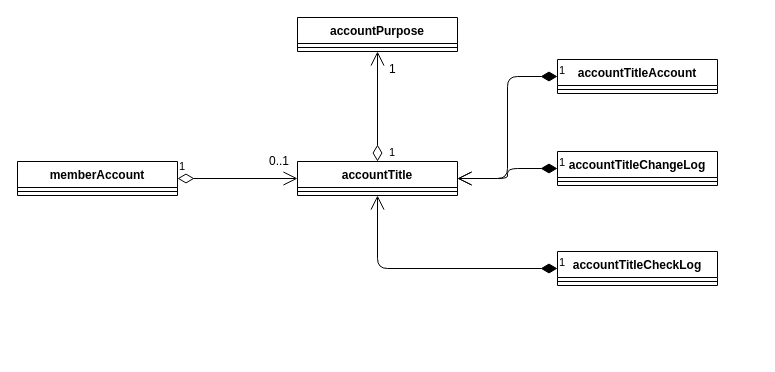
Before: xc-account/design/account/未命名表单.drawio in waterStone528/job, a draw.io diagram. Source tidied: cells renumbered, new cells numbered last; positions are measured from the earlier drawing's top-left corner, leaving out a move shared by most shapes. Both pictures are drawn from the tidied source at 100%, with x=0, y=0 at pixel (17, 17).
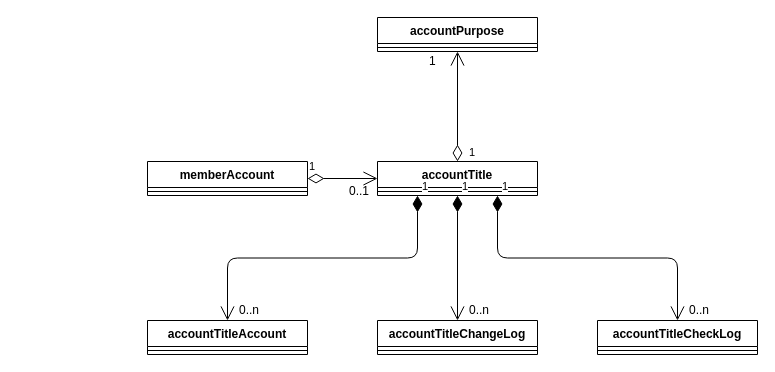
The same diagram, later.

The edit, as a diff of the source:
```diff
@@
-    <mxCell id="2" value="memberAccount" style="swimlane;fontStyle=1;align=center;verticalAlign=top;horizontal=1;startSize=26;" parent="1" vertex="1">
-      <mxGeometry y="144" width="160" height="34" as="geometry" />
-    </mxCell>
-    <mxCell id="3" style="line;strokeWidth=1;fillColor=none;align=left;verticalAlign=middle;spacingTop=-1;spacingLeft=3;spacingRight=3;labelPosition=right;" parent="2" vertex="1">
-      <mxGeometry y="26" width="160" height="8" as="geometry" />
-    </mxCell>
     <mxCell id="4" value="accountTitle&#10;&#10;" style="swimlane;fontStyle=1;align=center;verticalAlign=top;horizontal=1;startSize=26;" parent="1" vertex="1">
-      <mxGeometry x="280" y="144" width="160" height="34" as="geometry" />
+      <mxGeometry x="360" y="144" width="160" height="34" as="geometry" />
     </mxCell>
@@
     <mxCell id="6" value="accountPurpose&#10;" style="swimlane;fontStyle=1;align=center;verticalAlign=top;horizontal=1;startSize=26;" parent="1" vertex="1">
-      <mxGeometry x="280" width="160" height="34" as="geometry" />
+      <mxGeometry x="360" width="160" height="34" as="geometry" />
     </mxCell>
@@
     <mxCell id="8" value="accountTitleAccount&#10;&#10;" style="swimlane;fontStyle=1;align=center;verticalAlign=top;horizontal=1;startSize=26;" parent="1" vertex="1">
-      <mxGeometry x="540" y="42" width="160" height="34" as="geometry" />
+      <mxGeometry x="130" y="303" width="160" height="34" as="geometry" />
     </mxCell>
@@
     <mxCell id="10" value="accountTitleChangeLog&#10;&#10;" style="swimlane;fontStyle=1;align=center;verticalAlign=top;horizontal=1;startSize=26;" parent="1" vertex="1">
-      <mxGeometry x="540" y="134" width="160" height="34" as="geometry" />
+      <mxGeometry x="360" y="303" width="160" height="34" as="geometry" />
     </mxCell>
@@
     <mxCell id="12" value="accountTitleCheckLog&#10;&#10;" style="swimlane;fontStyle=1;align=center;verticalAlign=top;horizontal=1;startSize=26;" parent="1" vertex="1">
-      <mxGeometry x="540" y="234" width="160" height="34" as="geometry" />
+      <mxGeometry x="580" y="303" width="160" height="34" as="geometry" />
     </mxCell>
@@
-    <mxCell id="14" style="group;" parent="1" vertex="1">
-      <mxGeometry x="250" y="134" width="40" height="20" as="geometry" />
-    </mxCell>
-    <mxCell id="15" style="group;" parent="14" vertex="1">
-      <mxGeometry width="40" height="20" as="geometry" />
-    </mxCell>
+    <mxCell id="18" value="1" style="endArrow=open;html=1;endSize=12;startArrow=diamondThin;startSize=14;startFill=0;edgeStyle=orthogonalEdgeStyle;align=left;verticalAlign=bottom;exitX=0.5;exitY=0;exitDx=0;exitDy=0;entryX=0.5;entryY=1;entryDx=0;entryDy=0;" parent="1" edge="1" source="4" target="6">
+      <mxGeometry x="-1" y="-10" relative="1" as="geometry" />
+    </mxCell>
+    <mxCell id="19" value="1" style="text;html=1;align=left;verticalAlign=top;spacingTop=-4;" parent="1" vertex="1">
+      <mxGeometry x="410" y="34" width="20" height="20" as="geometry" />
+    </mxCell>
+    <mxCell id="23" value="1" style="endArrow=open;html=1;endSize=12;startArrow=diamondThin;startSize=14;startFill=1;edgeStyle=orthogonalEdgeStyle;align=left;verticalAlign=bottom;exitX=0.25;exitY=1;exitDx=0;exitDy=0;entryX=0.5;entryY=0;entryDx=0;entryDy=0;" parent="1" edge="1" source="4" target="8">
+      <mxGeometry x="-1" y="3" relative="1" as="geometry" />
+    </mxCell>
+    <mxCell id="24" value="1" style="endArrow=open;html=1;endSize=12;startArrow=diamondThin;startSize=14;startFill=1;edgeStyle=orthogonalEdgeStyle;align=left;verticalAlign=bottom;entryX=0.5;entryY=0;entryDx=0;entryDy=0;exitX=0.5;exitY=1;exitDx=0;exitDy=0;" parent="1" edge="1" source="4" target="10">
+      <mxGeometry x="-1" y="3" relative="1" as="geometry" />
+    </mxCell>
+    <mxCell id="25" value="1" style="endArrow=open;html=1;endSize=12;startArrow=diamondThin;startSize=14;startFill=1;edgeStyle=orthogonalEdgeStyle;align=left;verticalAlign=bottom;exitX=0.75;exitY=1;exitDx=0;exitDy=0;" parent="1" edge="1" source="4" target="12">
+      <mxGeometry x="-1" y="3" relative="1" as="geometry" />
+    </mxCell>
+    <mxCell id="26" value="0..n" style="text;html=1;align=left;verticalAlign=top;spacingTop=-4;" parent="1" vertex="1">
+      <mxGeometry x="220" y="283" width="40" height="20" as="geometry" />
+    </mxCell>
+    <mxCell id="27" value="0..n" style="text;html=1;align=left;verticalAlign=top;spacingTop=-4;" parent="1" vertex="1">
+      <mxGeometry x="450" y="283" width="40" height="20" as="geometry" />
+    </mxCell>
+    <mxCell id="28" value="0..n" style="text;html=1;align=left;verticalAlign=top;spacingTop=-4;" parent="1" vertex="1">
+      <mxGeometry x="670" y="283" width="40" height="20" as="geometry" />
+    </mxCell>
-    <mxCell id="16" value="1" style="endArrow=open;html=1;endSize=12;startArrow=diamondThin;startSize=14;startFill=0;edgeStyle=orthogonalEdgeStyle;align=left;verticalAlign=bottom;exitX=1;exitY=0.5;exitDx=0;exitDy=0;entryX=0;entryY=0.5;entryDx=0;entryDy=0;" parent="15" edge="1" source="2" target="4">
+    <mxCell id="16" value="1" style="endArrow=open;html=1;endSize=12;startArrow=diamondThin;startSize=14;startFill=0;edgeStyle=orthogonalEdgeStyle;align=left;verticalAlign=bottom;exitX=1;exitY=0.5;exitDx=0;exitDy=0;entryX=0;entryY=0.5;entryDx=0;entryDy=0;" parent="1" edge="1" source="2" target="4">
       <mxGeometry x="-1" y="3" relative="1" as="geometry" />
     </mxCell>
-    <mxCell id="17" value="0..1" style="text;html=1;align=left;verticalAlign=top;spacingTop=-4;" parent="15" vertex="1">
-      <mxGeometry width="40" height="20" as="geometry" />
+    <mxCell id="17" value="0..1" style="text;html=1;align=left;verticalAlign=top;spacingTop=-4;" parent="1" vertex="1">
+      <mxGeometry x="330" y="164" width="40" height="20" as="geometry" />
     </mxCell>
-    <mxCell id="18" value="1" style="endArrow=open;html=1;endSize=12;startArrow=diamondThin;startSize=14;startFill=0;edgeStyle=orthogonalEdgeStyle;align=left;verticalAlign=bottom;exitX=0.5;exitY=0;exitDx=0;exitDy=0;entryX=0.5;entryY=1;entryDx=0;entryDy=0;" parent="1" edge="1" source="4" target="6">
-      <mxGeometry x="-1" y="-10" relative="1" as="geometry" />
-    </mxCell>
-    <mxCell id="19" value="1" style="text;html=1;align=left;verticalAlign=top;spacingTop=-4;" parent="1" vertex="1">
-      <mxGeometry x="370" y="42" width="20" height="20" as="geometry" />
-    </mxCell>
-    <mxCell id="20" value="1" style="endArrow=open;html=1;endSize=12;startArrow=diamondThin;startSize=14;startFill=1;edgeStyle=orthogonalEdgeStyle;align=left;verticalAlign=bottom;exitX=0;exitY=0.5;exitDx=0;exitDy=0;entryX=1;entryY=0.5;entryDx=0;entryDy=0;" parent="1" edge="1" source="8" target="4">
-      <mxGeometry x="-1" y="3" relative="1" as="geometry" />
-    </mxCell>
-    <mxCell id="21" value="1" style="endArrow=open;html=1;endSize=12;startArrow=diamondThin;startSize=14;startFill=1;edgeStyle=orthogonalEdgeStyle;align=left;verticalAlign=bottom;exitX=0;exitY=0.5;exitDx=0;exitDy=0;" parent="1" edge="1" source="10" target="4">
-      <mxGeometry x="-1" y="3" relative="1" as="geometry" />
-    </mxCell>
-    <mxCell id="22" value="1" style="endArrow=open;html=1;endSize=12;startArrow=diamondThin;startSize=14;startFill=1;edgeStyle=orthogonalEdgeStyle;align=left;verticalAlign=bottom;exitX=0;exitY=0.5;exitDx=0;exitDy=0;" parent="1" edge="1" source="12" target="4">
-      <mxGeometry x="-1" y="3" relative="1" as="geometry" />
-    </mxCell>
+    <mxCell id="2" value="memberAccount" style="swimlane;fontStyle=1;align=center;verticalAlign=top;horizontal=1;startSize=26;" parent="1" vertex="1">
+      <mxGeometry x="130" y="144" width="160" height="34" as="geometry" />
+    </mxCell>
+    <mxCell id="3" style="line;strokeWidth=1;fillColor=none;align=left;verticalAlign=middle;spacingTop=-1;spacingLeft=3;spacingRight=3;labelPosition=right;" parent="2" vertex="1">
+      <mxGeometry y="26" width="160" height="8" as="geometry" />
+    </mxCell>
```
